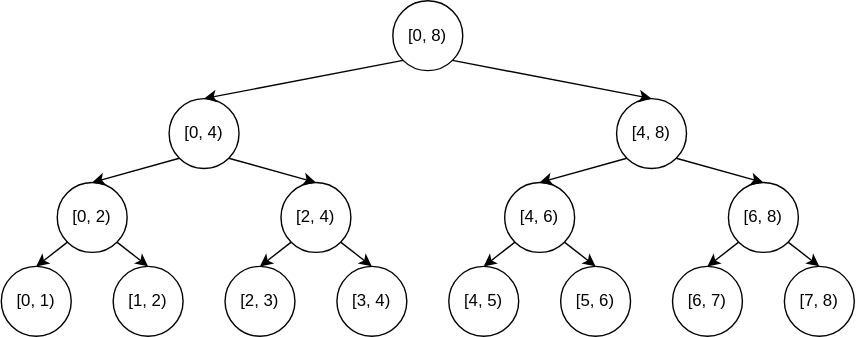
Before: segment_tree/sg1.svg, a diagram exported from draw.io (kolychestiy/olymp). Source tidied: cells renumbered, new cells last; positions are measured from the earlier drawing's top-left corner, leaving out a move shared by most shapes. Its diagram source:
```xml
<mxGraphModel>
  <root>
    <mxCell id="0" />
    <mxCell id="1" parent="0" />
    <mxCell id="2" value="[0, 1)" style="ellipse;whiteSpace=wrap;html=1;" parent="1" vertex="1">
      <mxGeometry y="190" width="50" height="50" as="geometry" />
    </mxCell>
    <mxCell id="3" value="[1, 2)" style="ellipse;whiteSpace=wrap;html=1;" parent="1" vertex="1">
      <mxGeometry x="80" y="190" width="50" height="50" as="geometry" />
    </mxCell>
    <mxCell id="4" style="edgeStyle=none;html=1;exitX=0;exitY=1;exitDx=0;exitDy=0;entryX=0.5;entryY=0;entryDx=0;entryDy=0;" parent="1" edge="1" source="6" target="2">
      <mxGeometry relative="1" as="geometry" />
    </mxCell>
    <mxCell id="5" style="edgeStyle=none;html=1;exitX=1;exitY=1;exitDx=0;exitDy=0;entryX=0.5;entryY=0;entryDx=0;entryDy=0;" parent="1" edge="1" source="6" target="3">
      <mxGeometry relative="1" as="geometry" />
    </mxCell>
    <mxCell id="6" value="[0, 2)" style="ellipse;whiteSpace=wrap;html=1;" parent="1" vertex="1">
      <mxGeometry x="40" y="130" width="50" height="50" as="geometry" />
    </mxCell>
    <mxCell id="7" value="[2, 3)" style="ellipse;whiteSpace=wrap;html=1;" parent="1" vertex="1">
      <mxGeometry x="160" y="190" width="50" height="50" as="geometry" />
    </mxCell>
    <mxCell id="8" value="[3, 4)" style="ellipse;whiteSpace=wrap;html=1;" parent="1" vertex="1">
      <mxGeometry x="240" y="190" width="50" height="50" as="geometry" />
    </mxCell>
    <mxCell id="9" style="edgeStyle=none;html=1;exitX=0;exitY=1;exitDx=0;exitDy=0;entryX=0.5;entryY=0;entryDx=0;entryDy=0;" parent="1" edge="1" source="11" target="7">
      <mxGeometry relative="1" as="geometry" />
    </mxCell>
    <mxCell id="10" style="edgeStyle=none;html=1;exitX=1;exitY=1;exitDx=0;exitDy=0;entryX=0.5;entryY=0;entryDx=0;entryDy=0;" parent="1" edge="1" source="11" target="8">
      <mxGeometry relative="1" as="geometry" />
    </mxCell>
    <mxCell id="11" value="[2, 4)" style="ellipse;whiteSpace=wrap;html=1;" parent="1" vertex="1">
      <mxGeometry x="200" y="130" width="50" height="50" as="geometry" />
    </mxCell>
    <mxCell id="12" style="edgeStyle=none;html=1;exitX=0;exitY=1;exitDx=0;exitDy=0;entryX=0.5;entryY=0;entryDx=0;entryDy=0;strokeWidth=1;" parent="1" edge="1" source="14" target="6">
      <mxGeometry relative="1" as="geometry" />
    </mxCell>
    <mxCell id="13" style="edgeStyle=none;html=1;exitX=1;exitY=1;exitDx=0;exitDy=0;entryX=0.5;entryY=0;entryDx=0;entryDy=0;strokeWidth=1;" parent="1" edge="1" source="14" target="11">
      <mxGeometry relative="1" as="geometry" />
    </mxCell>
    <mxCell id="14" value="[0, 4)" style="ellipse;whiteSpace=wrap;html=1;" parent="1" vertex="1">
      <mxGeometry x="120" y="70" width="50" height="50" as="geometry" />
    </mxCell>
    <mxCell id="15" value="[4, 5)" style="ellipse;whiteSpace=wrap;html=1;" parent="1" vertex="1">
      <mxGeometry x="320" y="190" width="50" height="50" as="geometry" />
    </mxCell>
    <mxCell id="16" value="[5, 6)" style="ellipse;whiteSpace=wrap;html=1;" parent="1" vertex="1">
      <mxGeometry x="400" y="190" width="50" height="50" as="geometry" />
    </mxCell>
    <mxCell id="17" style="edgeStyle=none;html=1;exitX=0;exitY=1;exitDx=0;exitDy=0;entryX=0.5;entryY=0;entryDx=0;entryDy=0;" parent="1" edge="1" source="19" target="15">
      <mxGeometry relative="1" as="geometry" />
    </mxCell>
    <mxCell id="18" style="edgeStyle=none;html=1;exitX=1;exitY=1;exitDx=0;exitDy=0;entryX=0.5;entryY=0;entryDx=0;entryDy=0;" parent="1" edge="1" source="19" target="16">
      <mxGeometry relative="1" as="geometry" />
    </mxCell>
    <mxCell id="19" value="[4, 6)" style="ellipse;whiteSpace=wrap;html=1;" parent="1" vertex="1">
      <mxGeometry x="360" y="130" width="50" height="50" as="geometry" />
    </mxCell>
    <mxCell id="20" value="[6, 7)" style="ellipse;whiteSpace=wrap;html=1;" parent="1" vertex="1">
      <mxGeometry x="480" y="190" width="50" height="50" as="geometry" />
    </mxCell>
    <mxCell id="21" value="[7, 8)" style="ellipse;whiteSpace=wrap;html=1;" parent="1" vertex="1">
      <mxGeometry x="560" y="190" width="50" height="50" as="geometry" />
    </mxCell>
    <mxCell id="22" style="edgeStyle=none;html=1;exitX=0;exitY=1;exitDx=0;exitDy=0;entryX=0.5;entryY=0;entryDx=0;entryDy=0;" parent="1" edge="1" source="24" target="20">
      <mxGeometry relative="1" as="geometry" />
    </mxCell>
    <mxCell id="23" style="edgeStyle=none;html=1;exitX=1;exitY=1;exitDx=0;exitDy=0;entryX=0.5;entryY=0;entryDx=0;entryDy=0;" parent="1" edge="1" source="24" target="21">
      <mxGeometry relative="1" as="geometry" />
    </mxCell>
    <mxCell id="24" value="[6, 8)" style="ellipse;whiteSpace=wrap;html=1;" parent="1" vertex="1">
      <mxGeometry x="520" y="130" width="50" height="50" as="geometry" />
    </mxCell>
    <mxCell id="25" style="edgeStyle=none;html=1;exitX=0;exitY=1;exitDx=0;exitDy=0;entryX=0.5;entryY=0;entryDx=0;entryDy=0;strokeWidth=1;" parent="1" edge="1" source="27" target="19">
      <mxGeometry relative="1" as="geometry" />
    </mxCell>
    <mxCell id="26" style="edgeStyle=none;html=1;exitX=1;exitY=1;exitDx=0;exitDy=0;entryX=0.5;entryY=0;entryDx=0;entryDy=0;strokeWidth=1;" parent="1" edge="1" source="27" target="24">
      <mxGeometry relative="1" as="geometry" />
    </mxCell>
    <mxCell id="27" value="[4, 8)" style="ellipse;whiteSpace=wrap;html=1;" parent="1" vertex="1">
      <mxGeometry x="440" y="70" width="50" height="50" as="geometry" />
    </mxCell>
    <mxCell id="28" style="edgeStyle=none;html=1;exitX=0;exitY=1;exitDx=0;exitDy=0;entryX=0.5;entryY=0;entryDx=0;entryDy=0;strokeWidth=1;" parent="1" edge="1" source="30" target="14">
      <mxGeometry relative="1" as="geometry" />
    </mxCell>
    <mxCell id="29" style="edgeStyle=none;html=1;exitX=1;exitY=1;exitDx=0;exitDy=0;entryX=0.5;entryY=0;entryDx=0;entryDy=0;strokeWidth=1;" parent="1" edge="1" source="30" target="27">
      <mxGeometry relative="1" as="geometry" />
    </mxCell>
    <mxCell id="30" value="[0, 8)" style="ellipse;whiteSpace=wrap;html=1;" parent="1" vertex="1">
      <mxGeometry x="280" width="50" height="50" as="geometry" />
    </mxCell>
  </root>
</mxGraphModel>
```
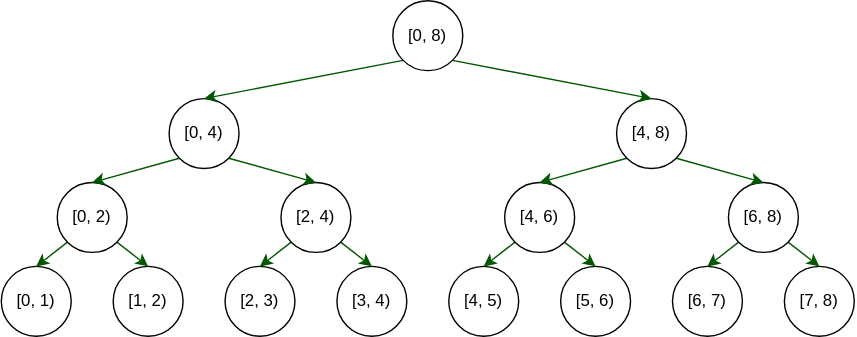
Above is the later version.

Diff of the diagram source:
```diff
@@ -2,91 +2,91 @@
   <root>
     <mxCell id="0" />
     <mxCell id="1" parent="0" />
-    <mxCell id="2" value="[0, 1)" style="ellipse;whiteSpace=wrap;html=1;" parent="1" vertex="1">
+    <mxCell id="2" value="[0, 1)" style="ellipse;whiteSpace=wrap;html=1;strokeColor=default;" parent="1" vertex="1">
       <mxGeometry y="190" width="50" height="50" as="geometry" />
     </mxCell>
-    <mxCell id="3" value="[1, 2)" style="ellipse;whiteSpace=wrap;html=1;" parent="1" vertex="1">
+    <mxCell id="3" value="[1, 2)" style="ellipse;whiteSpace=wrap;html=1;strokeColor=default;" parent="1" vertex="1">
       <mxGeometry x="80" y="190" width="50" height="50" as="geometry" />
     </mxCell>
-    <mxCell id="4" style="edgeStyle=none;html=1;exitX=0;exitY=1;exitDx=0;exitDy=0;entryX=0.5;entryY=0;entryDx=0;entryDy=0;" parent="1" edge="1" source="6" target="2">
+    <mxCell id="4" style="edgeStyle=none;html=1;exitX=0;exitY=1;exitDx=0;exitDy=0;entryX=0.5;entryY=0;entryDx=0;entryDy=0;strokeColor=#005700;fillColor=#008a00;" parent="1" edge="1" source="6" target="2">
       <mxGeometry relative="1" as="geometry" />
     </mxCell>
-    <mxCell id="5" style="edgeStyle=none;html=1;exitX=1;exitY=1;exitDx=0;exitDy=0;entryX=0.5;entryY=0;entryDx=0;entryDy=0;" parent="1" edge="1" source="6" target="3">
+    <mxCell id="5" style="edgeStyle=none;html=1;exitX=1;exitY=1;exitDx=0;exitDy=0;entryX=0.5;entryY=0;entryDx=0;entryDy=0;strokeColor=#005700;fillColor=#008a00;" parent="1" edge="1" source="6" target="3">
       <mxGeometry relative="1" as="geometry" />
     </mxCell>
-    <mxCell id="6" value="[0, 2)" style="ellipse;whiteSpace=wrap;html=1;" parent="1" vertex="1">
+    <mxCell id="6" value="[0, 2)" style="ellipse;whiteSpace=wrap;html=1;strokeColor=default;" parent="1" vertex="1">
       <mxGeometry x="40" y="130" width="50" height="50" as="geometry" />
     </mxCell>
-    <mxCell id="7" value="[2, 3)" style="ellipse;whiteSpace=wrap;html=1;" parent="1" vertex="1">
+    <mxCell id="7" value="[2, 3)" style="ellipse;whiteSpace=wrap;html=1;strokeColor=default;" parent="1" vertex="1">
       <mxGeometry x="160" y="190" width="50" height="50" as="geometry" />
     </mxCell>
-    <mxCell id="8" value="[3, 4)" style="ellipse;whiteSpace=wrap;html=1;" parent="1" vertex="1">
+    <mxCell id="8" value="[3, 4)" style="ellipse;whiteSpace=wrap;html=1;strokeColor=default;" parent="1" vertex="1">
       <mxGeometry x="240" y="190" width="50" height="50" as="geometry" />
     </mxCell>
-    <mxCell id="9" style="edgeStyle=none;html=1;exitX=0;exitY=1;exitDx=0;exitDy=0;entryX=0.5;entryY=0;entryDx=0;entryDy=0;" parent="1" edge="1" source="11" target="7">
+    <mxCell id="9" style="edgeStyle=none;html=1;exitX=0;exitY=1;exitDx=0;exitDy=0;entryX=0.5;entryY=0;entryDx=0;entryDy=0;strokeColor=#005700;fillColor=#008a00;" parent="1" edge="1" source="11" target="7">
       <mxGeometry relative="1" as="geometry" />
     </mxCell>
-    <mxCell id="10" style="edgeStyle=none;html=1;exitX=1;exitY=1;exitDx=0;exitDy=0;entryX=0.5;entryY=0;entryDx=0;entryDy=0;" parent="1" edge="1" source="11" target="8">
+    <mxCell id="10" style="edgeStyle=none;html=1;exitX=1;exitY=1;exitDx=0;exitDy=0;entryX=0.5;entryY=0;entryDx=0;entryDy=0;strokeColor=#005700;fillColor=#008a00;" parent="1" edge="1" source="11" target="8">
       <mxGeometry relative="1" as="geometry" />
     </mxCell>
-    <mxCell id="11" value="[2, 4)" style="ellipse;whiteSpace=wrap;html=1;" parent="1" vertex="1">
+    <mxCell id="11" value="[2, 4)" style="ellipse;whiteSpace=wrap;html=1;strokeColor=default;" parent="1" vertex="1">
       <mxGeometry x="200" y="130" width="50" height="50" as="geometry" />
     </mxCell>
-    <mxCell id="12" style="edgeStyle=none;html=1;exitX=0;exitY=1;exitDx=0;exitDy=0;entryX=0.5;entryY=0;entryDx=0;entryDy=0;strokeWidth=1;" parent="1" edge="1" source="14" target="6">
+    <mxCell id="12" style="edgeStyle=none;html=1;exitX=0;exitY=1;exitDx=0;exitDy=0;entryX=0.5;entryY=0;entryDx=0;entryDy=0;strokeWidth=1;strokeColor=#005700;fillColor=#008a00;" parent="1" edge="1" source="14" target="6">
       <mxGeometry relative="1" as="geometry" />
     </mxCell>
-    <mxCell id="13" style="edgeStyle=none;html=1;exitX=1;exitY=1;exitDx=0;exitDy=0;entryX=0.5;entryY=0;entryDx=0;entryDy=0;strokeWidth=1;" parent="1" edge="1" source="14" target="11">
+    <mxCell id="13" style="edgeStyle=none;html=1;exitX=1;exitY=1;exitDx=0;exitDy=0;entryX=0.5;entryY=0;entryDx=0;entryDy=0;strokeWidth=1;strokeColor=#005700;fillColor=#008a00;" parent="1" edge="1" source="14" target="11">
       <mxGeometry relative="1" as="geometry" />
     </mxCell>
-    <mxCell id="14" value="[0, 4)" style="ellipse;whiteSpace=wrap;html=1;" parent="1" vertex="1">
+    <mxCell id="14" value="[0, 4)" style="ellipse;whiteSpace=wrap;html=1;strokeColor=default;" parent="1" vertex="1">
       <mxGeometry x="120" y="70" width="50" height="50" as="geometry" />
     </mxCell>
-    <mxCell id="15" value="[4, 5)" style="ellipse;whiteSpace=wrap;html=1;" parent="1" vertex="1">
+    <mxCell id="15" value="[4, 5)" style="ellipse;whiteSpace=wrap;html=1;strokeColor=default;" parent="1" vertex="1">
       <mxGeometry x="320" y="190" width="50" height="50" as="geometry" />
     </mxCell>
-    <mxCell id="16" value="[5, 6)" style="ellipse;whiteSpace=wrap;html=1;" parent="1" vertex="1">
+    <mxCell id="16" value="[5, 6)" style="ellipse;whiteSpace=wrap;html=1;strokeColor=default;" parent="1" vertex="1">
       <mxGeometry x="400" y="190" width="50" height="50" as="geometry" />
     </mxCell>
-    <mxCell id="17" style="edgeStyle=none;html=1;exitX=0;exitY=1;exitDx=0;exitDy=0;entryX=0.5;entryY=0;entryDx=0;entryDy=0;" parent="1" edge="1" source="19" target="15">
+    <mxCell id="17" style="edgeStyle=none;html=1;exitX=0;exitY=1;exitDx=0;exitDy=0;entryX=0.5;entryY=0;entryDx=0;entryDy=0;strokeColor=#005700;fillColor=#008a00;" parent="1" edge="1" source="19" target="15">
       <mxGeometry relative="1" as="geometry" />
     </mxCell>
-    <mxCell id="18" style="edgeStyle=none;html=1;exitX=1;exitY=1;exitDx=0;exitDy=0;entryX=0.5;entryY=0;entryDx=0;entryDy=0;" parent="1" edge="1" source="19" target="16">
+    <mxCell id="18" style="edgeStyle=none;html=1;exitX=1;exitY=1;exitDx=0;exitDy=0;entryX=0.5;entryY=0;entryDx=0;entryDy=0;strokeColor=#005700;fillColor=#008a00;" parent="1" edge="1" source="19" target="16">
       <mxGeometry relative="1" as="geometry" />
     </mxCell>
-    <mxCell id="19" value="[4, 6)" style="ellipse;whiteSpace=wrap;html=1;" parent="1" vertex="1">
+    <mxCell id="19" value="[4, 6)" style="ellipse;whiteSpace=wrap;html=1;strokeColor=default;" parent="1" vertex="1">
       <mxGeometry x="360" y="130" width="50" height="50" as="geometry" />
     </mxCell>
-    <mxCell id="20" value="[6, 7)" style="ellipse;whiteSpace=wrap;html=1;" parent="1" vertex="1">
+    <mxCell id="20" value="[6, 7)" style="ellipse;whiteSpace=wrap;html=1;strokeColor=default;" parent="1" vertex="1">
       <mxGeometry x="480" y="190" width="50" height="50" as="geometry" />
     </mxCell>
-    <mxCell id="21" value="[7, 8)" style="ellipse;whiteSpace=wrap;html=1;" parent="1" vertex="1">
+    <mxCell id="21" value="[7, 8)" style="ellipse;whiteSpace=wrap;html=1;strokeColor=default;" parent="1" vertex="1">
       <mxGeometry x="560" y="190" width="50" height="50" as="geometry" />
     </mxCell>
-    <mxCell id="22" style="edgeStyle=none;html=1;exitX=0;exitY=1;exitDx=0;exitDy=0;entryX=0.5;entryY=0;entryDx=0;entryDy=0;" parent="1" edge="1" source="24" target="20">
+    <mxCell id="22" style="edgeStyle=none;html=1;exitX=0;exitY=1;exitDx=0;exitDy=0;entryX=0.5;entryY=0;entryDx=0;entryDy=0;strokeColor=#005700;fillColor=#008a00;" parent="1" edge="1" source="24" target="20">
       <mxGeometry relative="1" as="geometry" />
     </mxCell>
-    <mxCell id="23" style="edgeStyle=none;html=1;exitX=1;exitY=1;exitDx=0;exitDy=0;entryX=0.5;entryY=0;entryDx=0;entryDy=0;" parent="1" edge="1" source="24" target="21">
+    <mxCell id="23" style="edgeStyle=none;html=1;exitX=1;exitY=1;exitDx=0;exitDy=0;entryX=0.5;entryY=0;entryDx=0;entryDy=0;strokeColor=#005700;fillColor=#008a00;" parent="1" edge="1" source="24" target="21">
       <mxGeometry relative="1" as="geometry" />
     </mxCell>
-    <mxCell id="24" value="[6, 8)" style="ellipse;whiteSpace=wrap;html=1;" parent="1" vertex="1">
+    <mxCell id="24" value="[6, 8)" style="ellipse;whiteSpace=wrap;html=1;strokeColor=default;" parent="1" vertex="1">
       <mxGeometry x="520" y="130" width="50" height="50" as="geometry" />
     </mxCell>
-    <mxCell id="25" style="edgeStyle=none;html=1;exitX=0;exitY=1;exitDx=0;exitDy=0;entryX=0.5;entryY=0;entryDx=0;entryDy=0;strokeWidth=1;" parent="1" edge="1" source="27" target="19">
+    <mxCell id="25" style="edgeStyle=none;html=1;exitX=0;exitY=1;exitDx=0;exitDy=0;entryX=0.5;entryY=0;entryDx=0;entryDy=0;strokeWidth=1;strokeColor=#005700;fillColor=#008a00;" parent="1" edge="1" source="27" target="19">
       <mxGeometry relative="1" as="geometry" />
     </mxCell>
-    <mxCell id="26" style="edgeStyle=none;html=1;exitX=1;exitY=1;exitDx=0;exitDy=0;entryX=0.5;entryY=0;entryDx=0;entryDy=0;strokeWidth=1;" parent="1" edge="1" source="27" target="24">
+    <mxCell id="26" style="edgeStyle=none;html=1;exitX=1;exitY=1;exitDx=0;exitDy=0;entryX=0.5;entryY=0;entryDx=0;entryDy=0;strokeWidth=1;strokeColor=#005700;fillColor=#008a00;" parent="1" edge="1" source="27" target="24">
       <mxGeometry relative="1" as="geometry" />
     </mxCell>
-    <mxCell id="27" value="[4, 8)" style="ellipse;whiteSpace=wrap;html=1;" parent="1" vertex="1">
+    <mxCell id="27" value="[4, 8)" style="ellipse;whiteSpace=wrap;html=1;strokeColor=default;" parent="1" vertex="1">
       <mxGeometry x="440" y="70" width="50" height="50" as="geometry" />
     </mxCell>
-    <mxCell id="28" style="edgeStyle=none;html=1;exitX=0;exitY=1;exitDx=0;exitDy=0;entryX=0.5;entryY=0;entryDx=0;entryDy=0;strokeWidth=1;" parent="1" edge="1" source="30" target="14">
+    <mxCell id="28" style="edgeStyle=none;html=1;exitX=0;exitY=1;exitDx=0;exitDy=0;entryX=0.5;entryY=0;entryDx=0;entryDy=0;strokeWidth=1;strokeColor=#005700;fillColor=#008a00;" parent="1" edge="1" source="30" target="14">
       <mxGeometry relative="1" as="geometry" />
     </mxCell>
-    <mxCell id="29" style="edgeStyle=none;html=1;exitX=1;exitY=1;exitDx=0;exitDy=0;entryX=0.5;entryY=0;entryDx=0;entryDy=0;strokeWidth=1;" parent="1" edge="1" source="30" target="27">
+    <mxCell id="29" style="edgeStyle=none;html=1;exitX=1;exitY=1;exitDx=0;exitDy=0;entryX=0.5;entryY=0;entryDx=0;entryDy=0;strokeWidth=1;strokeColor=#005700;fillColor=#008a00;" parent="1" edge="1" source="30" target="27">
       <mxGeometry relative="1" as="geometry" />
     </mxCell>
-    <mxCell id="30" value="[0, 8)" style="ellipse;whiteSpace=wrap;html=1;" parent="1" vertex="1">
+    <mxCell id="30" value="[0, 8)" style="ellipse;whiteSpace=wrap;html=1;strokeColor=default;" parent="1" vertex="1">
       <mxGeometry x="280" width="50" height="50" as="geometry" />
     </mxCell>
   </root>
```
